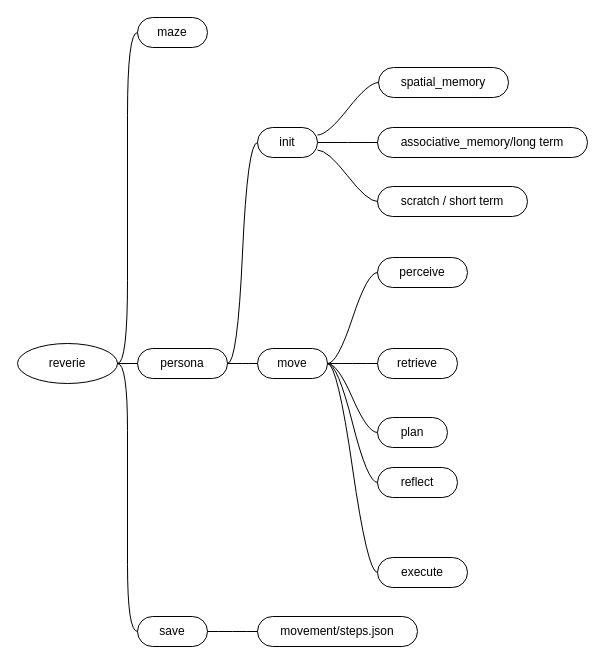
Before: generative_agents.drawio in fengchutadie/diagram, a draw.io diagram. Source tidied: cells renumbered, new cells numbered last; positions are measured from the earlier drawing's top-left corner, leaving out a move shared by most shapes. Both pictures are drawn from the tidied source at 100%, with x=0, y=0 at pixel (17, 17).
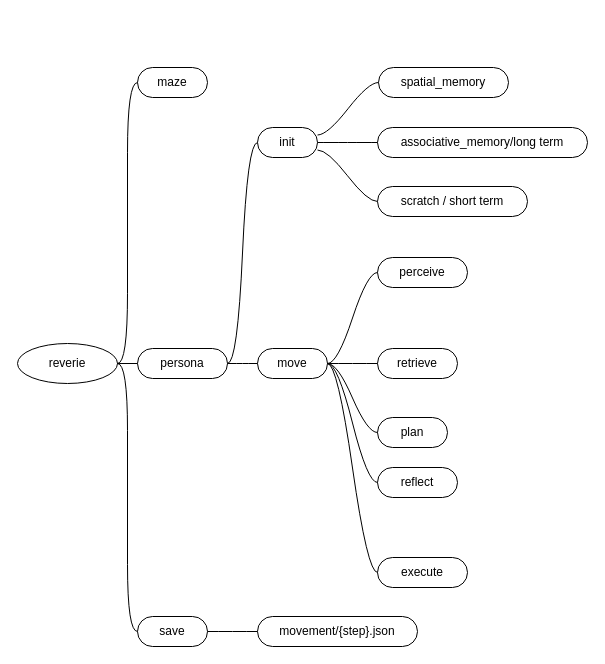
After the change.

Diff of the diagram source:
```diff
@@
     <mxCell id="3" value="maze" style="whiteSpace=wrap;html=1;rounded=1;arcSize=50;align=center;verticalAlign=middle;strokeWidth=1;spacing=4;newEdgeStyle={&quot;edgeStyle&quot;:&quot;entityRelationEdgeStyle&quot;,&quot;startArrow&quot;:&quot;none&quot;,&quot;endArrow&quot;:&quot;none&quot;,&quot;segment&quot;:10,&quot;curved&quot;:1,&quot;sourcePerimeterSpacing&quot;:0,&quot;targetPerimeterSpacing&quot;:0};" parent="1" vertex="1">
-      <mxGeometry x="120" width="70" height="30" as="geometry" />
+      <mxGeometry x="120" y="50" width="70" height="30" as="geometry" />
     </mxCell>
@@
-    <mxCell id="29" value="movement/steps.json" style="whiteSpace=wrap;html=1;rounded=1;arcSize=50;align=center;verticalAlign=middle;strokeWidth=1;spacing=4;newEdgeStyle={&quot;edgeStyle&quot;:&quot;entityRelationEdgeStyle&quot;,&quot;startArrow&quot;:&quot;none&quot;,&quot;endArrow&quot;:&quot;none&quot;,&quot;segment&quot;:10,&quot;curved&quot;:1,&quot;sourcePerimeterSpacing&quot;:0,&quot;targetPerimeterSpacing&quot;:0};" parent="1" vertex="1">
+    <mxCell id="29" value="movement/{step}.json" style="whiteSpace=wrap;html=1;rounded=1;arcSize=50;align=center;verticalAlign=middle;strokeWidth=1;spacing=4;newEdgeStyle={&quot;edgeStyle&quot;:&quot;entityRelationEdgeStyle&quot;,&quot;startArrow&quot;:&quot;none&quot;,&quot;endArrow&quot;:&quot;none&quot;,&quot;segment&quot;:10,&quot;curved&quot;:1,&quot;sourcePerimeterSpacing&quot;:0,&quot;targetPerimeterSpacing&quot;:0};" parent="1" vertex="1">
       <mxGeometry x="240" y="599" width="160" height="30" as="geometry" />
     </mxCell>
```
